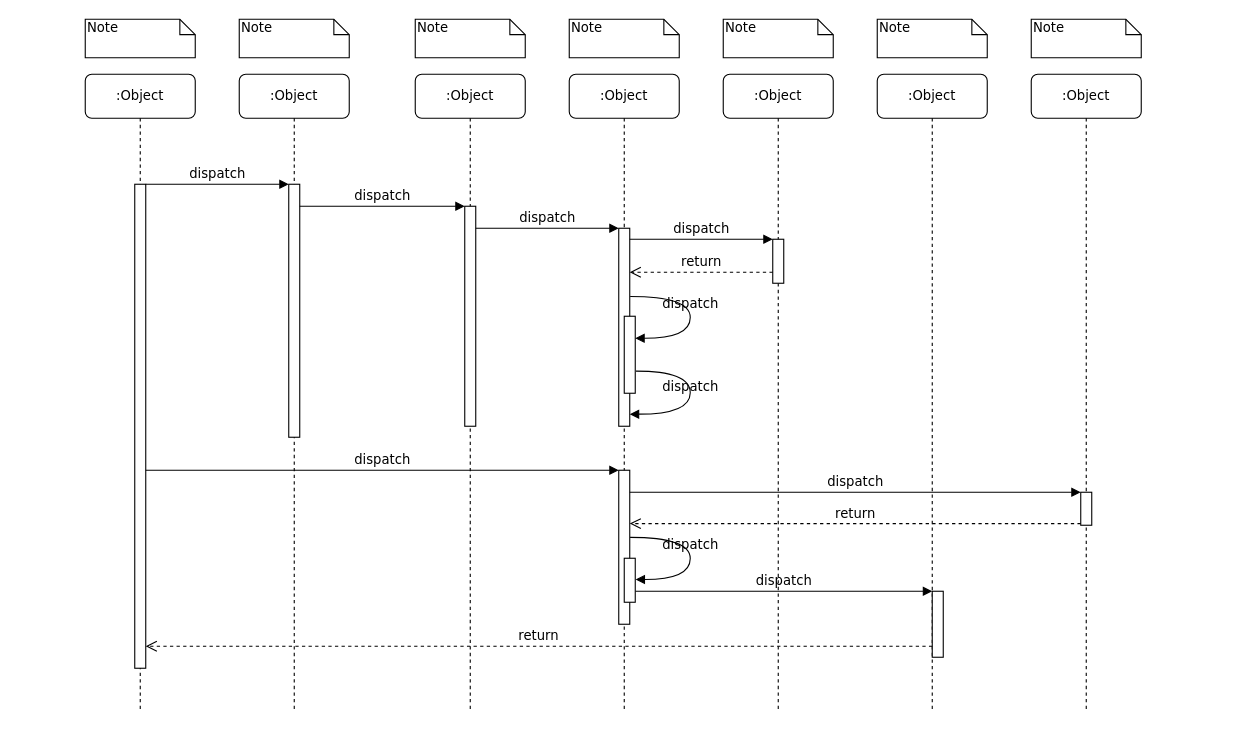
The draw.io diagram Untitled Diagram.drawio in Hewitt1410/public, before the edit. Source tidied: cells renumbered, new cells numbered last; positions are measured from the earlier drawing's top-left corner, leaving out a move shared by most shapes. Both pictures are drawn from the tidied source at 110%, with x=0, y=0 at pixel (85, 19).
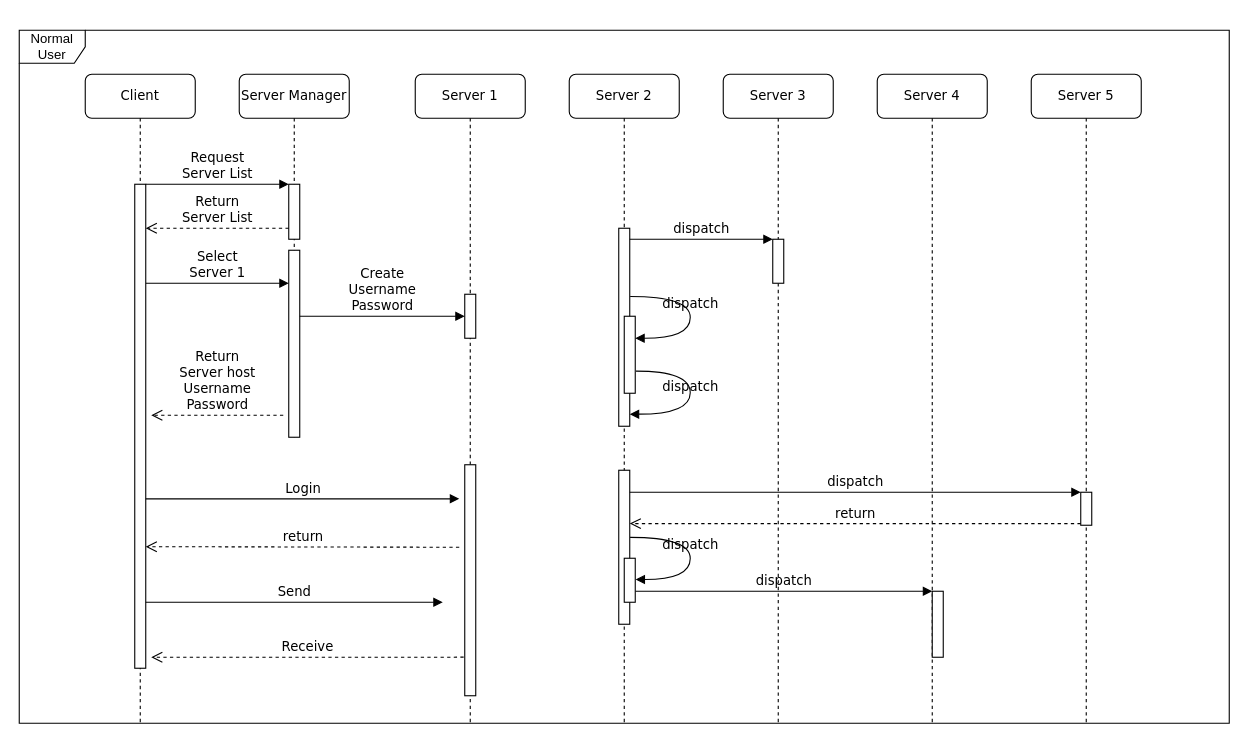
After the change.

Unchanged cells that the change refers to:
```xml
<mxCell id="11" style="html=1;points=[];perimeter=orthogonalPerimeter;rounded=0;shadow=0;comic=0;labelBackgroundColor=none;strokeWidth=1;fontFamily=Verdana;fontSize=12;align=center;" parent="10" vertex="1">
  <mxGeometry x="45" y="100" width="10" height="440" as="geometry" />
</mxCell>
<mxCell id="12" style="html=1;points=[];perimeter=orthogonalPerimeter;rounded=0;shadow=0;comic=0;labelBackgroundColor=none;strokeWidth=1;fontFamily=Verdana;fontSize=12;align=center;" parent="1" vertex="1">
  <mxGeometry x="485" y="190" width="10" height="180" as="geometry" />
</mxCell>
<mxCell id="14" style="html=1;points=[];perimeter=orthogonalPerimeter;rounded=0;shadow=0;comic=0;labelBackgroundColor=none;strokeWidth=1;fontFamily=Verdana;fontSize=12;align=center;" parent="1" vertex="1">
  <mxGeometry x="625" y="200" width="10" height="40" as="geometry" />
</mxCell>
<mxCell id="17" style="html=1;points=[];perimeter=orthogonalPerimeter;rounded=0;shadow=0;comic=0;labelBackgroundColor=none;strokeWidth=1;fontFamily=Verdana;fontSize=12;align=center;" parent="1" vertex="1">
  <mxGeometry x="485" y="410" width="10" height="140" as="geometry" />
</mxCell>
<mxCell id="22" style="html=1;points=[];perimeter=orthogonalPerimeter;rounded=0;shadow=0;comic=0;labelBackgroundColor=none;strokeWidth=1;fontFamily=Verdana;fontSize=12;align=center;" parent="1" vertex="1">
  <mxGeometry x="770" y="520" width="10" height="60" as="geometry" />
</mxCell>
```

Diff of the diagram source:
```diff
@@
-    <mxCell id="2" value=":Object" style="shape=umlLifeline;perimeter=lifelinePerimeter;whiteSpace=wrap;html=1;rounded=1;shadow=0;comic=0;labelBackgroundColor=none;strokeWidth=1;fontFamily=Verdana;fontSize=12;align=center;" parent="1" vertex="1">
-      <mxGeometry x="140" y="50" width="100" height="580" as="geometry" />
+    <mxCell id="2" value="&lt;div&gt;Server Manager&lt;/div&gt;" style="shape=umlLifeline;perimeter=lifelinePerimeter;whiteSpace=wrap;html=1;rounded=1;shadow=0;comic=0;labelBackgroundColor=none;strokeWidth=1;fontFamily=Verdana;fontSize=12;align=center;" parent="1" vertex="1">
+      <mxGeometry x="140" y="50" width="100" height="330" as="geometry" />
     </mxCell>
     <mxCell id="3" style="html=1;points=[];perimeter=orthogonalPerimeter;rounded=0;shadow=0;comic=0;labelBackgroundColor=none;strokeWidth=1;fontFamily=Verdana;fontSize=12;align=center;" parent="2" vertex="1">
-      <mxGeometry x="45" y="100" width="10" height="230" as="geometry" />
+      <mxGeometry x="45" y="100" width="10" height="50" as="geometry" />
     </mxCell>
+    <mxCell id="39" style="html=1;perimeter=orthogonalPerimeter;rounded=0;shadow=0;comic=0;labelBackgroundColor=none;strokeWidth=1;fontFamily=Verdana;fontSize=12;align=center;" parent="2" vertex="1">
+      <mxGeometry x="45" y="160" width="10" height="170" as="geometry" />
+    </mxCell>
+    <mxCell id="40" value="&lt;div&gt;Select&lt;/div&gt;&lt;div&gt;Server 1&lt;br&gt;&lt;/div&gt;" style="html=1;verticalAlign=bottom;endArrow=block;entryX=0;entryY=0;labelBackgroundColor=none;fontFamily=Verdana;fontSize=12;edgeStyle=elbowEdgeStyle;elbow=vertical;" parent="2" edge="1">
+      <mxGeometry relative="1" as="geometry">
+        <mxPoint x="-85" y="190" as="sourcePoint" />
+        <mxPoint x="45" y="190" as="targetPoint" />
+      </mxGeometry>
+    </mxCell>
+    <mxCell id="16" value="&lt;div&gt;Return&lt;/div&gt;&lt;div&gt;Server List&lt;/div&gt;" style="html=1;verticalAlign=bottom;endArrow=open;dashed=1;endSize=8;labelBackgroundColor=none;fontFamily=Verdana;fontSize=12;edgeStyle=elbowEdgeStyle;elbow=vertical;" parent="2" edge="1">
+      <mxGeometry relative="1" as="geometry">
+        <mxPoint x="45" y="140" as="sourcePoint" />
+        <mxPoint x="-85" y="140" as="targetPoint" />
+        <Array as="points">
+          <mxPoint x="-10" y="140" />
+          <mxPoint x="20" y="140" />
+        </Array>
+      </mxGeometry>
+    </mxCell>
+    <mxCell id="41" value="&lt;div&gt;Return&lt;/div&gt;&lt;div&gt;Server host&lt;br&gt;&lt;/div&gt;&lt;div&gt;Username&lt;/div&gt;&lt;div&gt;Password&lt;/div&gt;" style="html=1;verticalAlign=bottom;endArrow=open;dashed=1;endSize=8;labelBackgroundColor=none;fontFamily=Verdana;fontSize=12;edgeStyle=elbowEdgeStyle;elbow=vertical;" parent="2" edge="1">
+      <mxGeometry relative="1" as="geometry">
+        <mxPoint x="40" y="310" as="sourcePoint" />
+        <mxPoint x="-80" y="310" as="targetPoint" />
+        <Array as="points">
+          <mxPoint x="14.5" y="310" />
+          <mxPoint x="44.5" y="310" />
+        </Array>
+      </mxGeometry>
+    </mxCell>
-    <mxCell id="4" value=":Object" style="shape=umlLifeline;perimeter=lifelinePerimeter;whiteSpace=wrap;html=1;rounded=1;shadow=0;comic=0;labelBackgroundColor=none;strokeWidth=1;fontFamily=Verdana;fontSize=12;align=center;" parent="1" vertex="1">
-      <mxGeometry x="300" y="50" width="100" height="580" as="geometry" />
+    <mxCell id="4" value="&lt;div&gt;Server 1&lt;/div&gt;" style="shape=umlLifeline;perimeter=lifelinePerimeter;whiteSpace=wrap;html=1;rounded=1;shadow=0;comic=0;labelBackgroundColor=none;strokeWidth=1;fontFamily=Verdana;fontSize=12;align=center;" parent="1" vertex="1">
+      <mxGeometry x="300" y="50" width="100" height="590" as="geometry" />
     </mxCell>
     <mxCell id="5" style="html=1;points=[];perimeter=orthogonalPerimeter;rounded=0;shadow=0;comic=0;labelBackgroundColor=none;strokeWidth=1;fontFamily=Verdana;fontSize=12;align=center;" parent="4" vertex="1">
-      <mxGeometry x="45" y="120" width="10" height="200" as="geometry" />
+      <mxGeometry x="45" y="200" width="10" height="40" as="geometry" />
     </mxCell>
+    <mxCell id="26" value="&lt;div&gt;Create&lt;/div&gt;&lt;div&gt;Username&lt;/div&gt;&lt;div&gt;Password&lt;/div&gt;" style="html=1;verticalAlign=bottom;endArrow=block;entryX=0;entryY=0;labelBackgroundColor=none;fontFamily=Verdana;fontSize=12;edgeStyle=elbowEdgeStyle;elbow=vertical;" parent="4" edge="1">
+      <mxGeometry relative="1" as="geometry">
+        <mxPoint x="-105" y="220" as="sourcePoint" />
+        <mxPoint x="45" y="220" as="targetPoint" />
+      </mxGeometry>
+    </mxCell>
-    <mxCell id="6" value=":Object" style="shape=umlLifeline;perimeter=lifelinePerimeter;whiteSpace=wrap;html=1;rounded=1;shadow=0;comic=0;labelBackgroundColor=none;strokeWidth=1;fontFamily=Verdana;fontSize=12;align=center;" parent="1" vertex="1">
-      <mxGeometry x="440" y="50" width="100" height="580" as="geometry" />
+    <mxCell id="6" value="&lt;div&gt;Server 2&lt;/div&gt;" style="shape=umlLifeline;perimeter=lifelinePerimeter;whiteSpace=wrap;html=1;rounded=1;shadow=0;comic=0;labelBackgroundColor=none;strokeWidth=1;fontFamily=Verdana;fontSize=12;align=center;" parent="1" vertex="1">
+      <mxGeometry x="440" y="50" width="100" height="590" as="geometry" />
     </mxCell>
-    <mxCell id="7" value=":Object" style="shape=umlLifeline;perimeter=lifelinePerimeter;whiteSpace=wrap;html=1;rounded=1;shadow=0;comic=0;labelBackgroundColor=none;strokeWidth=1;fontFamily=Verdana;fontSize=12;align=center;" parent="1" vertex="1">
-      <mxGeometry x="580" y="50" width="100" height="580" as="geometry" />
+    <mxCell id="7" value="&lt;div&gt;Server 3&lt;/div&gt;" style="shape=umlLifeline;perimeter=lifelinePerimeter;whiteSpace=wrap;html=1;rounded=1;shadow=0;comic=0;labelBackgroundColor=none;strokeWidth=1;fontFamily=Verdana;fontSize=12;align=center;" parent="1" vertex="1">
+      <mxGeometry x="580" y="50" width="100" height="590" as="geometry" />
     </mxCell>
-    <mxCell id="8" value=":Object" style="shape=umlLifeline;perimeter=lifelinePerimeter;whiteSpace=wrap;html=1;rounded=1;shadow=0;comic=0;labelBackgroundColor=none;strokeWidth=1;fontFamily=Verdana;fontSize=12;align=center;" parent="1" vertex="1">
-      <mxGeometry x="720" y="50" width="100" height="580" as="geometry" />
+    <mxCell id="8" value="Server 4" style="shape=umlLifeline;perimeter=lifelinePerimeter;whiteSpace=wrap;html=1;rounded=1;shadow=0;comic=0;labelBackgroundColor=none;strokeWidth=1;fontFamily=Verdana;fontSize=12;align=center;" parent="1" vertex="1">
+      <mxGeometry x="720" y="50" width="100" height="590" as="geometry" />
     </mxCell>
-    <mxCell id="9" value=":Object" style="shape=umlLifeline;perimeter=lifelinePerimeter;whiteSpace=wrap;html=1;rounded=1;shadow=0;comic=0;labelBackgroundColor=none;strokeWidth=1;fontFamily=Verdana;fontSize=12;align=center;" parent="1" vertex="1">
-      <mxGeometry x="860" y="50" width="100" height="580" as="geometry" />
+    <mxCell id="9" value="Server 5" style="shape=umlLifeline;perimeter=lifelinePerimeter;whiteSpace=wrap;html=1;rounded=1;shadow=0;comic=0;labelBackgroundColor=none;strokeWidth=1;fontFamily=Verdana;fontSize=12;align=center;" parent="1" vertex="1">
+      <mxGeometry x="860" y="50" width="100" height="590" as="geometry" />
     </mxCell>
-    <mxCell id="10" value=":Object" style="shape=umlLifeline;perimeter=lifelinePerimeter;whiteSpace=wrap;html=1;rounded=1;shadow=0;comic=0;labelBackgroundColor=none;strokeWidth=1;fontFamily=Verdana;fontSize=12;align=center;" parent="1" vertex="1">
-      <mxGeometry y="50" width="100" height="580" as="geometry" />
+    <mxCell id="10" value="&lt;div&gt;Client&lt;/div&gt;" style="shape=umlLifeline;perimeter=lifelinePerimeter;whiteSpace=wrap;html=1;rounded=1;shadow=0;comic=0;labelBackgroundColor=none;strokeWidth=1;fontFamily=Verdana;fontSize=12;align=center;" parent="1" vertex="1">
+      <mxGeometry y="50" width="100" height="590" as="geometry" />
     </mxCell>
@@
-    <mxCell id="13" value="dispatch" style="html=1;verticalAlign=bottom;endArrow=block;labelBackgroundColor=none;fontFamily=Verdana;fontSize=12;edgeStyle=elbowEdgeStyle;elbow=vertical;" parent="1" edge="1" source="5" target="12">
-      <mxGeometry relative="1" as="geometry">
-        <Array as="points">
-          <mxPoint x="360" y="190" />
-        </Array>
-      </mxGeometry>
-    </mxCell>
@@
-    <mxCell id="16" value="return" style="html=1;verticalAlign=bottom;endArrow=open;dashed=1;endSize=8;labelBackgroundColor=none;fontFamily=Verdana;fontSize=12;edgeStyle=elbowEdgeStyle;elbow=vertical;" parent="1" edge="1" source="14" target="12">
-      <mxGeometry relative="1" as="geometry">
-        <Array as="points">
-          <mxPoint x="570" y="230" />
-          <mxPoint x="600" y="230" />
-        </Array>
-      </mxGeometry>
-    </mxCell>
@@
-    <mxCell id="18" value="dispatch" style="html=1;verticalAlign=bottom;endArrow=block;entryX=0;entryY=0;labelBackgroundColor=none;fontFamily=Verdana;fontSize=12;" parent="1" edge="1" source="11" target="17">
-      <mxGeometry relative="1" as="geometry" />
+    <mxCell id="18" value="Login" style="html=1;verticalAlign=bottom;endArrow=block;labelBackgroundColor=none;fontFamily=Verdana;fontSize=12;" parent="1" edge="1">
+      <mxGeometry relative="1" as="geometry">
+        <mxPoint x="55" y="436" as="sourcePoint" />
+        <mxPoint x="340" y="436" as="targetPoint" />
+      </mxGeometry>
     </mxCell>
@@
-    <mxCell id="24" value="return" style="html=1;verticalAlign=bottom;endArrow=open;dashed=1;endSize=8;labelBackgroundColor=none;fontFamily=Verdana;fontSize=12;edgeStyle=elbowEdgeStyle;elbow=vertical;" parent="1" edge="1" source="22" target="11">
-      <mxGeometry relative="1" as="geometry">
-        <Array as="points">
-          <mxPoint x="470" y="570" />
-        </Array>
-      </mxGeometry>
-    </mxCell>
-    <mxCell id="25" value="dispatch" style="html=1;verticalAlign=bottom;endArrow=block;entryX=0;entryY=0;labelBackgroundColor=none;fontFamily=Verdana;fontSize=12;edgeStyle=elbowEdgeStyle;elbow=vertical;" parent="1" edge="1" source="11" target="3">
+    <mxCell id="25" value="&lt;div&gt;Request &lt;br&gt;&lt;/div&gt;&lt;div&gt;Server List&lt;/div&gt;" style="html=1;verticalAlign=bottom;endArrow=block;entryX=0;entryY=0;labelBackgroundColor=none;fontFamily=Verdana;fontSize=12;edgeStyle=elbowEdgeStyle;elbow=vertical;" parent="1" edge="1" source="11" target="3">
       <mxGeometry relative="1" as="geometry" />
     </mxCell>
-    <mxCell id="26" value="dispatch" style="html=1;verticalAlign=bottom;endArrow=block;entryX=0;entryY=0;labelBackgroundColor=none;fontFamily=Verdana;fontSize=12;edgeStyle=elbowEdgeStyle;elbow=vertical;" parent="1" edge="1" source="3" target="5">
-      <mxGeometry relative="1" as="geometry" />
-    </mxCell>
@@
-    <mxCell id="32" value="Note" style="shape=note;whiteSpace=wrap;html=1;size=14;verticalAlign=top;align=left;spacingTop=-6;rounded=0;shadow=0;comic=0;labelBackgroundColor=none;strokeWidth=1;fontFamily=Verdana;fontSize=12;" parent="1" vertex="1">
-      <mxGeometry width="100" height="35" as="geometry" />
-    </mxCell>
-    <mxCell id="33" value="Note" style="shape=note;whiteSpace=wrap;html=1;size=14;verticalAlign=top;align=left;spacingTop=-6;rounded=0;shadow=0;comic=0;labelBackgroundColor=none;strokeWidth=1;fontFamily=Verdana;fontSize=12;" parent="1" vertex="1">
-      <mxGeometry x="140" width="100" height="35" as="geometry" />
-    </mxCell>
-    <mxCell id="34" value="Note" style="shape=note;whiteSpace=wrap;html=1;size=14;verticalAlign=top;align=left;spacingTop=-6;rounded=0;shadow=0;comic=0;labelBackgroundColor=none;strokeWidth=1;fontFamily=Verdana;fontSize=12;" parent="1" vertex="1">
-      <mxGeometry x="300" width="100" height="35" as="geometry" />
-    </mxCell>
-    <mxCell id="35" value="Note" style="shape=note;whiteSpace=wrap;html=1;size=14;verticalAlign=top;align=left;spacingTop=-6;rounded=0;shadow=0;comic=0;labelBackgroundColor=none;strokeWidth=1;fontFamily=Verdana;fontSize=12;" parent="1" vertex="1">
-      <mxGeometry x="440" width="100" height="35" as="geometry" />
-    </mxCell>
-    <mxCell id="36" value="Note" style="shape=note;whiteSpace=wrap;html=1;size=14;verticalAlign=top;align=left;spacingTop=-6;rounded=0;shadow=0;comic=0;labelBackgroundColor=none;strokeWidth=1;fontFamily=Verdana;fontSize=12;" parent="1" vertex="1">
-      <mxGeometry x="580" width="100" height="35" as="geometry" />
-    </mxCell>
-    <mxCell id="37" value="Note" style="shape=note;whiteSpace=wrap;html=1;size=14;verticalAlign=top;align=left;spacingTop=-6;rounded=0;shadow=0;comic=0;labelBackgroundColor=none;strokeWidth=1;fontFamily=Verdana;fontSize=12;" parent="1" vertex="1">
-      <mxGeometry x="720" width="100" height="35" as="geometry" />
-    </mxCell>
-    <mxCell id="38" value="Note" style="shape=note;whiteSpace=wrap;html=1;size=14;verticalAlign=top;align=left;spacingTop=-6;rounded=0;shadow=0;comic=0;labelBackgroundColor=none;strokeWidth=1;fontFamily=Verdana;fontSize=12;" parent="1" vertex="1">
-      <mxGeometry x="860" width="100" height="35" as="geometry" />
-    </mxCell>
+    <mxCell id="42" value="Normal User" style="shape=umlFrame;whiteSpace=wrap;html=1;" parent="1" vertex="1">
+      <mxGeometry x="-60" y="10" width="1100" height="630" as="geometry" />
+    </mxCell>
+    <mxCell id="43" style="html=1;points=[];perimeter=orthogonalPerimeter;rounded=0;shadow=0;comic=0;labelBackgroundColor=none;strokeWidth=1;fontFamily=Verdana;fontSize=12;align=center;" parent="1" vertex="1">
+      <mxGeometry x="345" y="405" width="10" height="210" as="geometry" />
+    </mxCell>
+    <mxCell id="24" value="return" style="html=1;verticalAlign=bottom;endArrow=open;dashed=1;endSize=8;labelBackgroundColor=none;fontFamily=Verdana;fontSize=12;edgeStyle=elbowEdgeStyle;elbow=vertical;" parent="1" edge="1">
+      <mxGeometry relative="1" as="geometry">
+        <mxPoint x="340" y="480" as="sourcePoint" />
+        <mxPoint x="55" y="479.5" as="targetPoint" />
+        <Array as="points">
+          <mxPoint x="470" y="479.5" />
+        </Array>
+      </mxGeometry>
+    </mxCell>
+    <mxCell id="44" value="Send " style="html=1;verticalAlign=bottom;endArrow=block;entryX=0;entryY=0;labelBackgroundColor=none;fontFamily=Verdana;fontSize=12;edgeStyle=elbowEdgeStyle;elbow=vertical;" parent="1" edge="1">
+      <mxGeometry relative="1" as="geometry">
+        <mxPoint x="55" y="530" as="sourcePoint" />
+        <mxPoint x="325" y="530" as="targetPoint" />
+      </mxGeometry>
+    </mxCell>
+    <mxCell id="45" value="&lt;div&gt;Receive&lt;/div&gt;" style="html=1;verticalAlign=bottom;endArrow=open;dashed=1;endSize=8;labelBackgroundColor=none;fontFamily=Verdana;fontSize=12;edgeStyle=elbowEdgeStyle;elbow=vertical;exitX=-0.1;exitY=0.833;exitDx=0;exitDy=0;exitPerimeter=0;" parent="1" edge="1" source="43">
+      <mxGeometry relative="1" as="geometry">
+        <mxPoint x="60" y="580" as="targetPoint" />
+        <Array as="points">
+          <mxPoint x="480" y="580" />
+        </Array>
+      </mxGeometry>
+    </mxCell>
```
